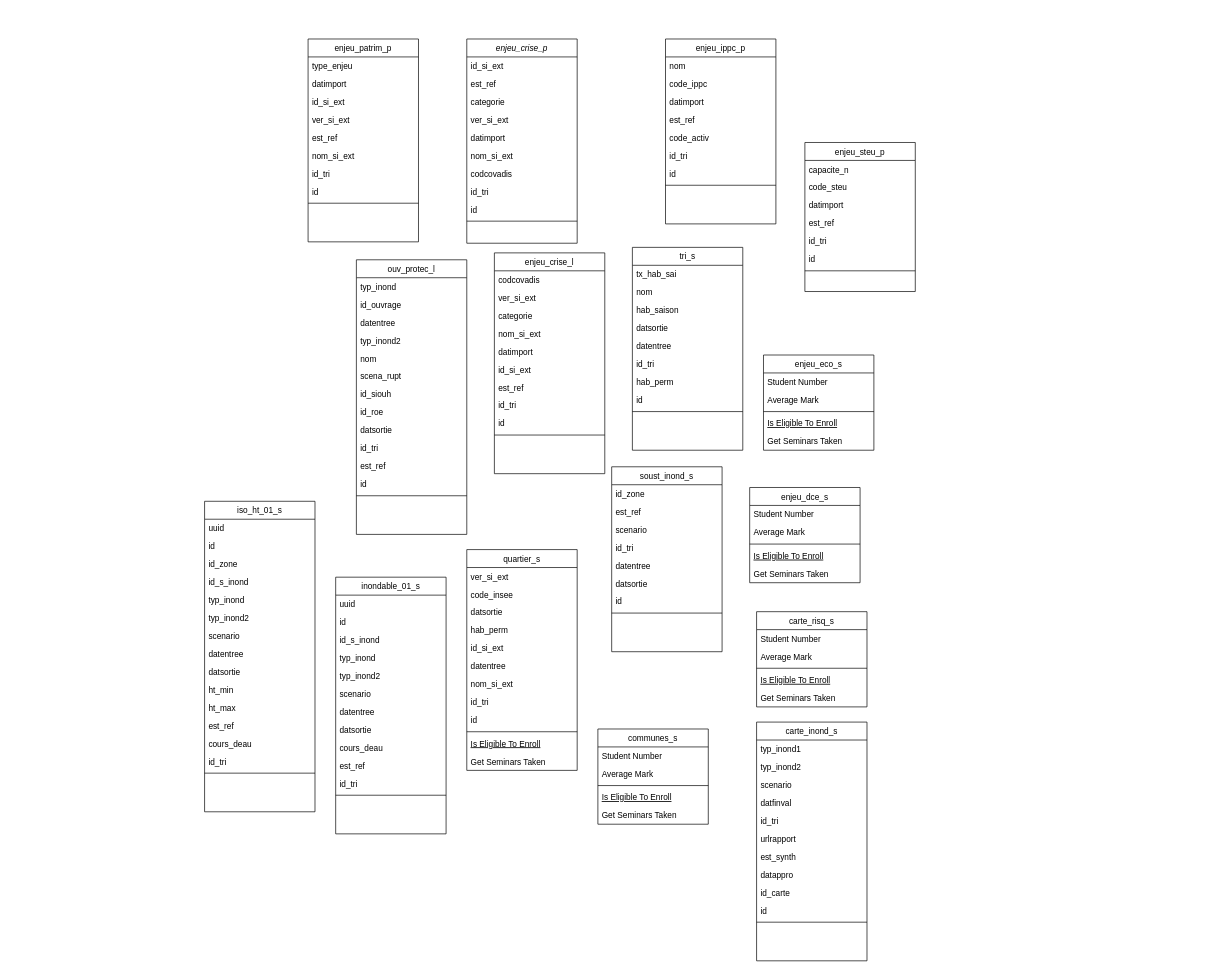
jonathanboris/Projet-EIG keeps this draw.io diagram as Diagramme/Couche_TRI.drawio. Above is the earlier version. Source tidied: cells renumbered, new cells numbered last; positions are measured from the earlier drawing's top-left corner, leaving out a move shared by most shapes. Both pictures are drawn from the tidied source at 69%, with x=0, y=0 at pixel (204, 39).
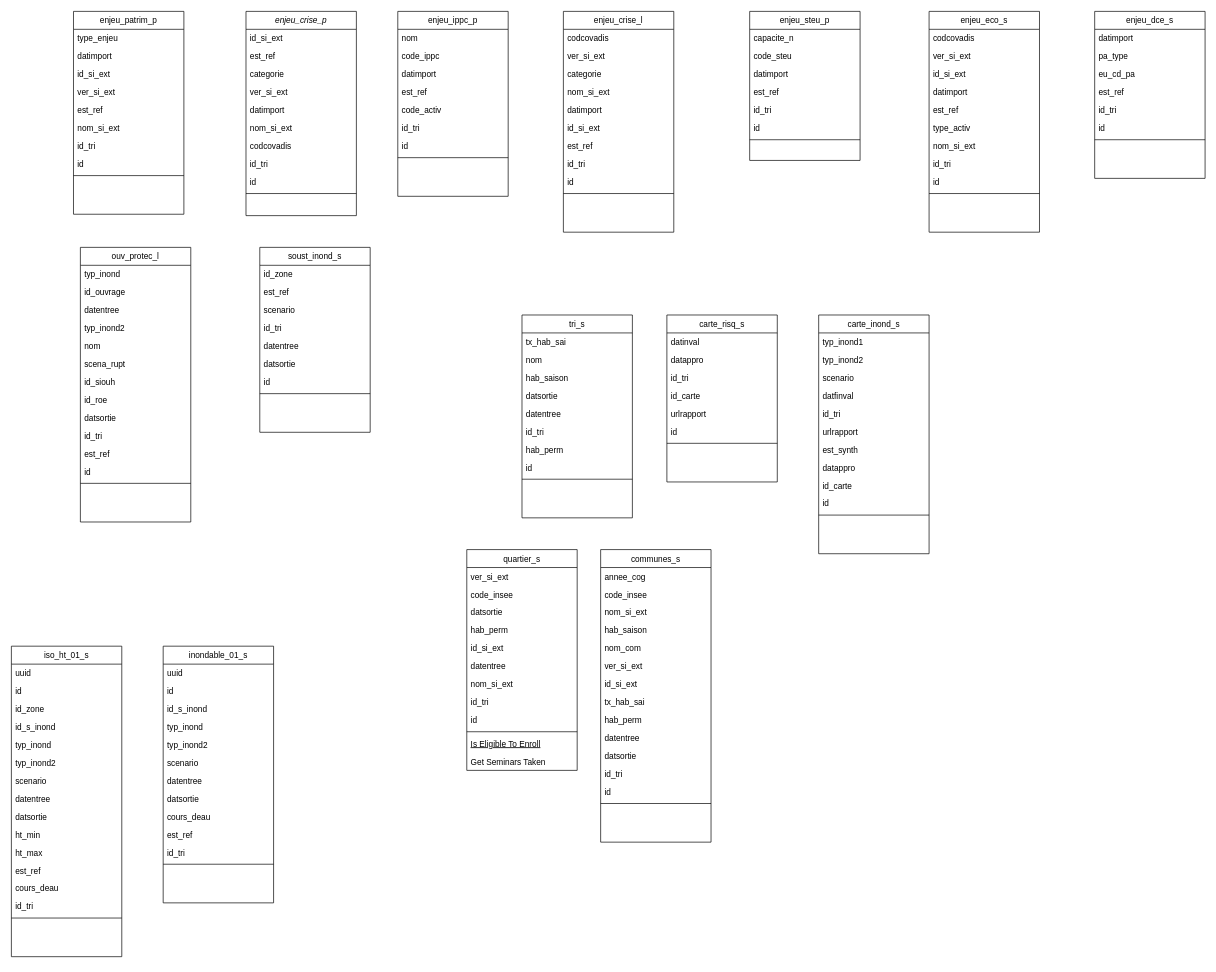
The same diagram, later.

The edit, as a diff of the source:
```diff
@@
     <mxCell id="2" value="enjeu_crise_p" style="swimlane;fontStyle=2;align=center;verticalAlign=top;horizontal=1;startSize=26;rounded=0;shadow=0;strokeWidth=1;" parent="1" vertex="1">
-      <mxGeometry x="380" width="160" height="296" as="geometry" />
+      <mxGeometry x="60" y="-40" width="160" height="296" as="geometry" />
     </mxCell>
@@
     <mxCell id="13" value="enjeu_patrim_p" style="swimlane;fontStyle=0;align=center;verticalAlign=top;horizontal=1;startSize=26;rounded=0;shadow=0;strokeWidth=1;" parent="1" vertex="1">
-      <mxGeometry x="150" width="160" height="294" as="geometry" />
+      <mxGeometry x="-190" y="-40" width="160" height="294" as="geometry" />
     </mxCell>
@@
     <mxCell id="23" value="enjeu_steu_p" style="swimlane;fontStyle=0;align=center;verticalAlign=top;horizontal=1;startSize=26;rounded=0;shadow=0;strokeWidth=1;" parent="1" vertex="1">
-      <mxGeometry x="870" y="150" width="160" height="216" as="geometry" />
+      <mxGeometry x="790" y="-40" width="160" height="216" as="geometry" />
     </mxCell>
@@
     <mxCell id="31" value="enjeu_ippc_p" style="swimlane;fontStyle=0;align=center;verticalAlign=top;horizontal=1;startSize=26;rounded=0;shadow=0;strokeWidth=1;" parent="1" vertex="1">
-      <mxGeometry x="668" width="160" height="268" as="geometry" />
+      <mxGeometry x="280" y="-40" width="160" height="268" as="geometry" />
     </mxCell>
@@
     <mxCell id="40" value="ouv_protec_l" style="swimlane;fontStyle=0;align=center;verticalAlign=top;horizontal=1;startSize=26;rounded=0;shadow=0;strokeWidth=1;" parent="1" vertex="1">
-      <mxGeometry x="220" y="320" width="160" height="398" as="geometry" />
+      <mxGeometry x="-180" y="302" width="160" height="398" as="geometry" />
     </mxCell>
@@
     <mxCell id="54" value="enjeu_crise_l" style="swimlane;fontStyle=0;align=center;verticalAlign=top;horizontal=1;startSize=26;rounded=0;shadow=0;strokeWidth=1;" parent="1" vertex="1">
-      <mxGeometry x="420" y="310" width="160" height="320" as="geometry" />
+      <mxGeometry x="520" y="-40" width="160" height="320" as="geometry" />
     </mxCell>
@@
     <mxCell id="65" value="carte_inond_s" style="swimlane;fontStyle=0;align=center;verticalAlign=top;horizontal=1;startSize=26;rounded=0;shadow=0;strokeWidth=1;" parent="1" vertex="1">
-      <mxGeometry x="800" y="990" width="160" height="346" as="geometry" />
+      <mxGeometry x="890" y="400" width="160" height="346" as="geometry" />
     </mxCell>
@@
     <mxCell id="77" value="tri_s" style="swimlane;fontStyle=0;align=center;verticalAlign=top;horizontal=1;startSize=26;rounded=0;shadow=0;strokeWidth=1;" parent="1" vertex="1">
-      <mxGeometry x="620" y="302" width="160" height="294" as="geometry" />
+      <mxGeometry x="460" y="400" width="160" height="294" as="geometry" />
     </mxCell>
@@
     <mxCell id="87" value="soust_inond_s" style="swimlane;fontStyle=0;align=center;verticalAlign=top;horizontal=1;startSize=26;rounded=0;shadow=0;strokeWidth=1;" parent="1" vertex="1">
-      <mxGeometry x="590" y="620" width="160" height="268" as="geometry" />
+      <mxGeometry x="80" y="302" width="160" height="268" as="geometry" />
     </mxCell>
@@
     <mxCell id="109" value="iso_ht_01_s" style="swimlane;fontStyle=0;align=center;verticalAlign=top;horizontal=1;startSize=26;rounded=0;shadow=0;strokeWidth=1;" parent="1" vertex="1">
-      <mxGeometry y="670" width="160" height="450" as="geometry" />
+      <mxGeometry x="-280" y="880" width="160" height="450" as="geometry" />
     </mxCell>
@@
     <mxCell id="125" value="inondable_01_s&#10;" style="swimlane;fontStyle=0;align=center;verticalAlign=top;horizontal=1;startSize=26;rounded=0;shadow=0;strokeWidth=1;" parent="1" vertex="1">
-      <mxGeometry x="190" y="780" width="160" height="372" as="geometry" />
+      <mxGeometry x="-60" y="880" width="160" height="372" as="geometry" />
     </mxCell>
@@
     <mxCell id="138" value="enjeu_eco_s" style="swimlane;fontStyle=0;align=center;verticalAlign=top;horizontal=1;startSize=26;rounded=0;shadow=0;strokeWidth=1;" parent="1" vertex="1">
-      <mxGeometry x="810" y="458" width="160" height="138" as="geometry" />
+      <mxGeometry x="1050" y="-40" width="160" height="320" as="geometry" />
     </mxCell>
-    <mxCell id="139" value="Student Number" style="text;align=left;verticalAlign=top;spacingLeft=4;spacingRight=4;overflow=hidden;" parent="138" vertex="1">
+    <mxCell id="139" value="codcovadis" style="text;align=left;verticalAlign=top;spacingLeft=4;spacingRight=4;overflow=hidden;" parent="138" vertex="1">
       <mxGeometry y="26" width="160" height="26" as="geometry" />
     </mxCell>
-    <mxCell id="140" value="Average Mark" style="text;align=left;verticalAlign=top;spacingLeft=4;spacingRight=4;overflow=hidden;rounded=0;shadow=0;html=0;" parent="138" vertex="1">
+    <mxCell id="140" value="ver_si_ext" style="text;align=left;verticalAlign=top;spacingLeft=4;spacingRight=4;overflow=hidden;rounded=0;shadow=0;html=0;" parent="138" vertex="1">
       <mxGeometry y="52" width="160" height="26" as="geometry" />
     </mxCell>
+    <mxCell id="162" value="id_si_ext" style="text;align=left;verticalAlign=top;spacingLeft=4;spacingRight=4;overflow=hidden;rounded=0;shadow=0;html=0;" parent="138" vertex="1">
+      <mxGeometry y="78" width="160" height="26" as="geometry" />
+    </mxCell>
+    <mxCell id="163" value="datimport" style="text;align=left;verticalAlign=top;spacingLeft=4;spacingRight=4;overflow=hidden;rounded=0;shadow=0;html=0;" parent="138" vertex="1">
+      <mxGeometry y="104" width="160" height="26" as="geometry" />
+    </mxCell>
+    <mxCell id="164" value="est_ref" style="text;align=left;verticalAlign=top;spacingLeft=4;spacingRight=4;overflow=hidden;rounded=0;shadow=0;html=0;" parent="138" vertex="1">
+      <mxGeometry y="130" width="160" height="26" as="geometry" />
+    </mxCell>
+    <mxCell id="165" value="type_activ" style="text;align=left;verticalAlign=top;spacingLeft=4;spacingRight=4;overflow=hidden;rounded=0;shadow=0;html=0;" parent="138" vertex="1">
+      <mxGeometry y="156" width="160" height="26" as="geometry" />
+    </mxCell>
+    <mxCell id="166" value="nom_si_ext" style="text;align=left;verticalAlign=top;spacingLeft=4;spacingRight=4;overflow=hidden;rounded=0;shadow=0;html=0;" parent="138" vertex="1">
+      <mxGeometry y="182" width="160" height="26" as="geometry" />
+    </mxCell>
+    <mxCell id="167" value="id_tri" style="text;align=left;verticalAlign=top;spacingLeft=4;spacingRight=4;overflow=hidden;rounded=0;shadow=0;html=0;" parent="138" vertex="1">
+      <mxGeometry y="208" width="160" height="26" as="geometry" />
+    </mxCell>
+    <mxCell id="168" value="id" style="text;align=left;verticalAlign=top;spacingLeft=4;spacingRight=4;overflow=hidden;rounded=0;shadow=0;html=0;" parent="138" vertex="1">
+      <mxGeometry y="234" width="160" height="26" as="geometry" />
+    </mxCell>
     <mxCell id="141" style="line;html=1;strokeWidth=1;align=left;verticalAlign=middle;spacingTop=-1;spacingLeft=3;spacingRight=3;labelPosition=right;" parent="138" vertex="1">
-      <mxGeometry y="78" width="160" height="8" as="geometry" />
+      <mxGeometry y="260" width="160" height="8" as="geometry" />
     </mxCell>
-    <mxCell id="142" value="Is Eligible To Enroll" style="text;align=left;verticalAlign=top;spacingLeft=4;spacingRight=4;overflow=hidden;fontStyle=4;" parent="138" vertex="1">
-      <mxGeometry y="86" width="160" height="26" as="geometry" />
-    </mxCell>
-    <mxCell id="143" value="Get Seminars Taken" style="text;align=left;verticalAlign=top;spacingLeft=4;spacingRight=4;overflow=hidden;" parent="138" vertex="1">
-      <mxGeometry y="112" width="160" height="26" as="geometry" />
-    </mxCell>
     <mxCell id="144" value="enjeu_dce_s" style="swimlane;fontStyle=0;align=center;verticalAlign=top;horizontal=1;startSize=26;rounded=0;shadow=0;strokeWidth=1;" parent="1" vertex="1">
-      <mxGeometry x="790" y="650" width="160" height="138" as="geometry" />
+      <mxGeometry x="1290" y="-40" width="160" height="242" as="geometry" />
     </mxCell>
-    <mxCell id="145" value="Student Number" style="text;align=left;verticalAlign=top;spacingLeft=4;spacingRight=4;overflow=hidden;" parent="144" vertex="1">
+    <mxCell id="145" value="datimport" style="text;align=left;verticalAlign=top;spacingLeft=4;spacingRight=4;overflow=hidden;" parent="144" vertex="1">
       <mxGeometry y="26" width="160" height="26" as="geometry" />
     </mxCell>
-    <mxCell id="146" value="Average Mark" style="text;align=left;verticalAlign=top;spacingLeft=4;spacingRight=4;overflow=hidden;rounded=0;shadow=0;html=0;" parent="144" vertex="1">
+    <mxCell id="146" value="pa_type" style="text;align=left;verticalAlign=top;spacingLeft=4;spacingRight=4;overflow=hidden;rounded=0;shadow=0;html=0;" parent="144" vertex="1">
       <mxGeometry y="52" width="160" height="26" as="geometry" />
     </mxCell>
+    <mxCell id="169" value="eu_cd_pa" style="text;align=left;verticalAlign=top;spacingLeft=4;spacingRight=4;overflow=hidden;rounded=0;shadow=0;html=0;" parent="144" vertex="1">
+      <mxGeometry y="78" width="160" height="26" as="geometry" />
+    </mxCell>
+    <mxCell id="170" value="est_ref" style="text;align=left;verticalAlign=top;spacingLeft=4;spacingRight=4;overflow=hidden;rounded=0;shadow=0;html=0;" parent="144" vertex="1">
+      <mxGeometry y="104" width="160" height="26" as="geometry" />
+    </mxCell>
+    <mxCell id="171" value="id_tri" style="text;align=left;verticalAlign=top;spacingLeft=4;spacingRight=4;overflow=hidden;rounded=0;shadow=0;html=0;" parent="144" vertex="1">
+      <mxGeometry y="130" width="160" height="26" as="geometry" />
+    </mxCell>
+    <mxCell id="172" value="id" style="text;align=left;verticalAlign=top;spacingLeft=4;spacingRight=4;overflow=hidden;rounded=0;shadow=0;html=0;" parent="144" vertex="1">
+      <mxGeometry y="156" width="160" height="26" as="geometry" />
+    </mxCell>
     <mxCell id="147" style="line;html=1;strokeWidth=1;align=left;verticalAlign=middle;spacingTop=-1;spacingLeft=3;spacingRight=3;labelPosition=right;" parent="144" vertex="1">
-      <mxGeometry y="78" width="160" height="8" as="geometry" />
+      <mxGeometry y="182" width="160" height="8" as="geometry" />
     </mxCell>
-    <mxCell id="148" value="Is Eligible To Enroll" style="text;align=left;verticalAlign=top;spacingLeft=4;spacingRight=4;overflow=hidden;fontStyle=4;" parent="144" vertex="1">
-      <mxGeometry y="86" width="160" height="26" as="geometry" />
-    </mxCell>
-    <mxCell id="149" value="Get Seminars Taken" style="text;align=left;verticalAlign=top;spacingLeft=4;spacingRight=4;overflow=hidden;" parent="144" vertex="1">
-      <mxGeometry y="112" width="160" height="26" as="geometry" />
-    </mxCell>
     <mxCell id="150" value="carte_risq_s" style="swimlane;fontStyle=0;align=center;verticalAlign=top;horizontal=1;startSize=26;rounded=0;shadow=0;strokeWidth=1;" parent="1" vertex="1">
-      <mxGeometry x="800" y="830" width="160" height="138" as="geometry" />
+      <mxGeometry x="670" y="400" width="160" height="242" as="geometry" />
     </mxCell>
-    <mxCell id="151" value="Student Number" style="text;align=left;verticalAlign=top;spacingLeft=4;spacingRight=4;overflow=hidden;" parent="150" vertex="1">
+    <mxCell id="151" value="datinval" style="text;align=left;verticalAlign=top;spacingLeft=4;spacingRight=4;overflow=hidden;" parent="150" vertex="1">
       <mxGeometry y="26" width="160" height="26" as="geometry" />
     </mxCell>
-    <mxCell id="152" value="Average Mark" style="text;align=left;verticalAlign=top;spacingLeft=4;spacingRight=4;overflow=hidden;rounded=0;shadow=0;html=0;" parent="150" vertex="1">
+    <mxCell id="152" value="datappro" style="text;align=left;verticalAlign=top;spacingLeft=4;spacingRight=4;overflow=hidden;rounded=0;shadow=0;html=0;" parent="150" vertex="1">
       <mxGeometry y="52" width="160" height="26" as="geometry" />
     </mxCell>
+    <mxCell id="173" value="id_tri" style="text;align=left;verticalAlign=top;spacingLeft=4;spacingRight=4;overflow=hidden;rounded=0;shadow=0;html=0;" parent="150" vertex="1">
+      <mxGeometry y="78" width="160" height="26" as="geometry" />
+    </mxCell>
+    <mxCell id="174" value="id_carte" style="text;align=left;verticalAlign=top;spacingLeft=4;spacingRight=4;overflow=hidden;rounded=0;shadow=0;html=0;" parent="150" vertex="1">
+      <mxGeometry y="104" width="160" height="26" as="geometry" />
+    </mxCell>
+    <mxCell id="175" value="urlrapport" style="text;align=left;verticalAlign=top;spacingLeft=4;spacingRight=4;overflow=hidden;rounded=0;shadow=0;html=0;" parent="150" vertex="1">
+      <mxGeometry y="130" width="160" height="26" as="geometry" />
+    </mxCell>
+    <mxCell id="176" value="id" style="text;align=left;verticalAlign=top;spacingLeft=4;spacingRight=4;overflow=hidden;rounded=0;shadow=0;html=0;" parent="150" vertex="1">
+      <mxGeometry y="156" width="160" height="26" as="geometry" />
+    </mxCell>
     <mxCell id="153" style="line;html=1;strokeWidth=1;align=left;verticalAlign=middle;spacingTop=-1;spacingLeft=3;spacingRight=3;labelPosition=right;" parent="150" vertex="1">
-      <mxGeometry y="78" width="160" height="8" as="geometry" />
+      <mxGeometry y="182" width="160" height="8" as="geometry" />
     </mxCell>
-    <mxCell id="154" value="Is Eligible To Enroll" style="text;align=left;verticalAlign=top;spacingLeft=4;spacingRight=4;overflow=hidden;fontStyle=4;" parent="150" vertex="1">
-      <mxGeometry y="86" width="160" height="26" as="geometry" />
-    </mxCell>
-    <mxCell id="155" value="Get Seminars Taken" style="text;align=left;verticalAlign=top;spacingLeft=4;spacingRight=4;overflow=hidden;" parent="150" vertex="1">
-      <mxGeometry y="112" width="160" height="26" as="geometry" />
-    </mxCell>
     <mxCell id="156" value="communes_s" style="swimlane;fontStyle=0;align=center;verticalAlign=top;horizontal=1;startSize=26;rounded=0;shadow=0;strokeWidth=1;" parent="1" vertex="1">
-      <mxGeometry x="570" y="1000" width="160" height="138" as="geometry" />
+      <mxGeometry x="574" y="740" width="160" height="424" as="geometry" />
     </mxCell>
-    <mxCell id="157" value="Student Number" style="text;align=left;verticalAlign=top;spacingLeft=4;spacingRight=4;overflow=hidden;" parent="156" vertex="1">
+    <mxCell id="157" value="annee_cog" style="text;align=left;verticalAlign=top;spacingLeft=4;spacingRight=4;overflow=hidden;" parent="156" vertex="1">
       <mxGeometry y="26" width="160" height="26" as="geometry" />
     </mxCell>
-    <mxCell id="158" value="Average Mark" style="text;align=left;verticalAlign=top;spacingLeft=4;spacingRight=4;overflow=hidden;rounded=0;shadow=0;html=0;" parent="156" vertex="1">
+    <mxCell id="158" value="code_insee" style="text;align=left;verticalAlign=top;spacingLeft=4;spacingRight=4;overflow=hidden;rounded=0;shadow=0;html=0;" parent="156" vertex="1">
       <mxGeometry y="52" width="160" height="26" as="geometry" />
     </mxCell>
+    <mxCell id="177" value="nom_si_ext" style="text;align=left;verticalAlign=top;spacingLeft=4;spacingRight=4;overflow=hidden;rounded=0;shadow=0;html=0;" parent="156" vertex="1">
+      <mxGeometry y="78" width="160" height="26" as="geometry" />
+    </mxCell>
+    <mxCell id="178" value="hab_saison" style="text;align=left;verticalAlign=top;spacingLeft=4;spacingRight=4;overflow=hidden;rounded=0;shadow=0;html=0;" parent="156" vertex="1">
+      <mxGeometry y="104" width="160" height="26" as="geometry" />
+    </mxCell>
+    <mxCell id="179" value="nom_com" style="text;align=left;verticalAlign=top;spacingLeft=4;spacingRight=4;overflow=hidden;rounded=0;shadow=0;html=0;" parent="156" vertex="1">
+      <mxGeometry y="130" width="160" height="26" as="geometry" />
+    </mxCell>
+    <mxCell id="180" value="ver_si_ext" style="text;align=left;verticalAlign=top;spacingLeft=4;spacingRight=4;overflow=hidden;rounded=0;shadow=0;html=0;" parent="156" vertex="1">
+      <mxGeometry y="156" width="160" height="26" as="geometry" />
+    </mxCell>
+    <mxCell id="181" value="id_si_ext" style="text;align=left;verticalAlign=top;spacingLeft=4;spacingRight=4;overflow=hidden;rounded=0;shadow=0;html=0;" parent="156" vertex="1">
+      <mxGeometry y="182" width="160" height="26" as="geometry" />
+    </mxCell>
+    <mxCell id="182" value="tx_hab_sai" style="text;align=left;verticalAlign=top;spacingLeft=4;spacingRight=4;overflow=hidden;rounded=0;shadow=0;html=0;" parent="156" vertex="1">
+      <mxGeometry y="208" width="160" height="26" as="geometry" />
+    </mxCell>
+    <mxCell id="183" value="hab_perm" style="text;align=left;verticalAlign=top;spacingLeft=4;spacingRight=4;overflow=hidden;rounded=0;shadow=0;html=0;" parent="156" vertex="1">
+      <mxGeometry y="234" width="160" height="26" as="geometry" />
+    </mxCell>
+    <mxCell id="184" value="datentree" style="text;align=left;verticalAlign=top;spacingLeft=4;spacingRight=4;overflow=hidden;rounded=0;shadow=0;html=0;" parent="156" vertex="1">
+      <mxGeometry y="260" width="160" height="26" as="geometry" />
+    </mxCell>
+    <mxCell id="185" value="datsortie" style="text;align=left;verticalAlign=top;spacingLeft=4;spacingRight=4;overflow=hidden;rounded=0;shadow=0;html=0;" parent="156" vertex="1">
+      <mxGeometry y="286" width="160" height="26" as="geometry" />
+    </mxCell>
+    <mxCell id="186" value="id_tri" style="text;align=left;verticalAlign=top;spacingLeft=4;spacingRight=4;overflow=hidden;rounded=0;shadow=0;html=0;" parent="156" vertex="1">
+      <mxGeometry y="312" width="160" height="26" as="geometry" />
+    </mxCell>
+    <mxCell id="187" value="id" style="text;align=left;verticalAlign=top;spacingLeft=4;spacingRight=4;overflow=hidden;rounded=0;shadow=0;html=0;" parent="156" vertex="1">
+      <mxGeometry y="338" width="160" height="26" as="geometry" />
+    </mxCell>
     <mxCell id="159" style="line;html=1;strokeWidth=1;align=left;verticalAlign=middle;spacingTop=-1;spacingLeft=3;spacingRight=3;labelPosition=right;" parent="156" vertex="1">
-      <mxGeometry y="78" width="160" height="8" as="geometry" />
+      <mxGeometry y="364" width="160" height="8" as="geometry" />
     </mxCell>
-    <mxCell id="160" value="Is Eligible To Enroll" style="text;align=left;verticalAlign=top;spacingLeft=4;spacingRight=4;overflow=hidden;fontStyle=4;" parent="156" vertex="1">
-      <mxGeometry y="86" width="160" height="26" as="geometry" />
-    </mxCell>
-    <mxCell id="161" value="Get Seminars Taken" style="text;align=left;verticalAlign=top;spacingLeft=4;spacingRight=4;overflow=hidden;" parent="156" vertex="1">
-      <mxGeometry y="112" width="160" height="26" as="geometry" />
-    </mxCell>
```
